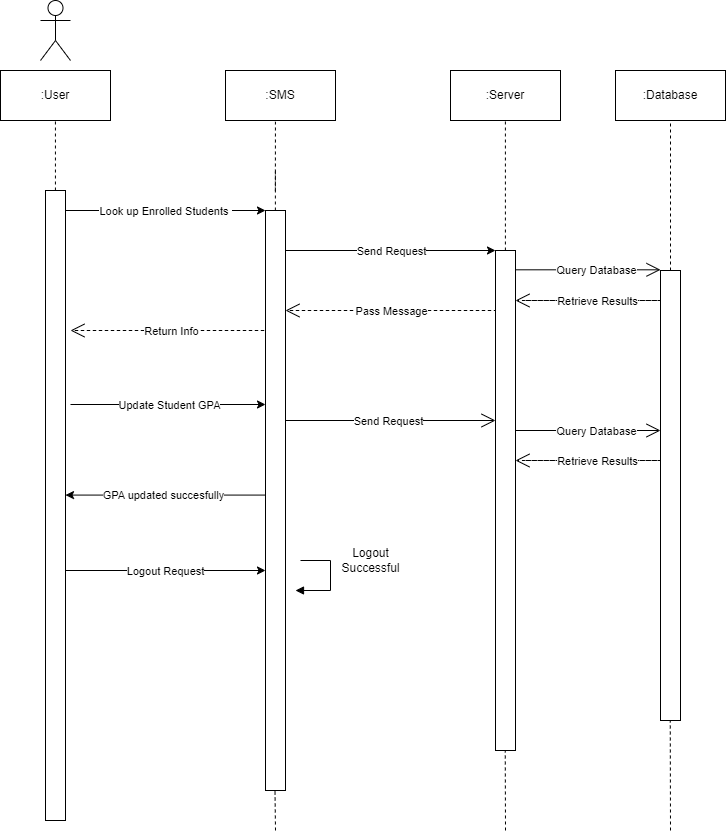
This is Diagrams/Sequence/Sequence_Enroll_GPA_Update2.drawio.png from WCSU-CS350-F24-Group-1/project-info, a draw.io export, as it was before one commit. Source tidied: cells renumbered, new cells last; positions are measured from the earlier drawing's top-left corner, leaving out a move shared by most shapes.
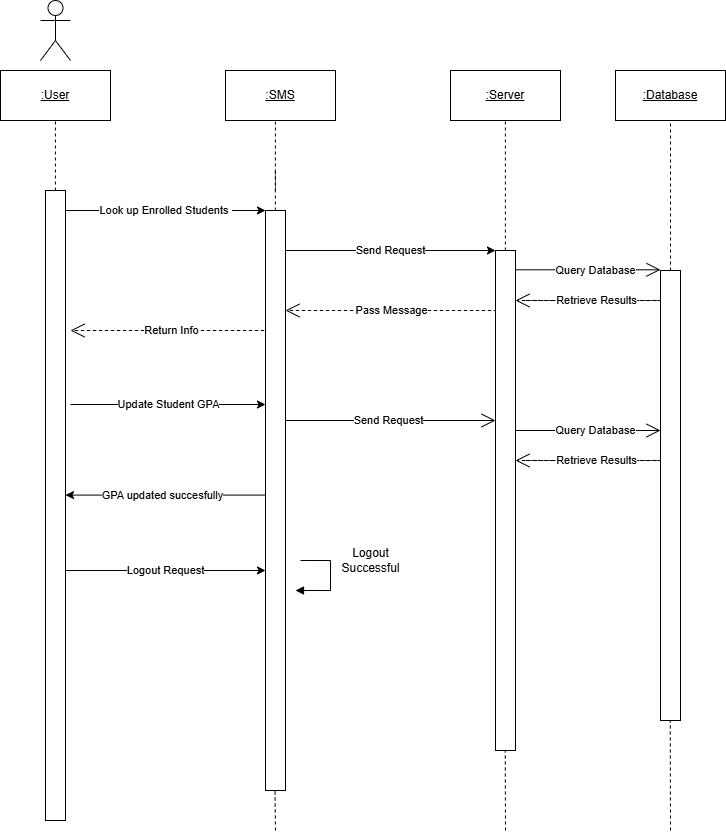
Above is the later version.

Commit message:
Enroll Sequence Diagram Underline Issue Fixed

Diff of the diagram source:
```diff
@@ -5,7 +5,7 @@
     <mxCell id="2" style="html=1;points=[[0,0,0,0,5],[0,1,0,0,-5],[1,0,0,0,5],[1,1,0,0,-5]];perimeter=orthogonalPerimeter;outlineConnect=0;targetShapes=umlLifeline;portConstraint=eastwest;newEdgeStyle={&quot;curved&quot;:0,&quot;rounded&quot;:0};" parent="1" vertex="1">
       <mxGeometry x="45" y="190" width="20" height="630" as="geometry" />
     </mxCell>
-    <mxCell id="3" value=":User" style="html=1;whiteSpace=wrap;" parent="1" vertex="1">
+    <mxCell id="3" value="&lt;u&gt;:User&lt;/u&gt;" style="html=1;whiteSpace=wrap;" parent="1" vertex="1">
       <mxGeometry y="70" width="110" height="50" as="geometry" />
     </mxCell>
     <mxCell id="4" style="endArrow=none;dashed=1;html=1;rounded=0;entryX=0.5;entryY=1;entryDx=0;entryDy=0;" parent="1" edge="1" source="2">
@@ -13,7 +13,7 @@
         <mxPoint x="54.9" y="120" as="targetPoint" />
       </mxGeometry>
     </mxCell>
-    <mxCell id="5" value=":SMS" style="html=1;whiteSpace=wrap;" parent="1" vertex="1">
+    <mxCell id="5" value="&lt;u&gt;:SMS&lt;/u&gt;" style="html=1;whiteSpace=wrap;" parent="1" vertex="1">
       <mxGeometry x="225" y="70" width="110" height="50" as="geometry" />
     </mxCell>
     <mxCell id="6" style="endArrow=none;dashed=1;html=1;rounded=0;entryX=0.454;entryY=1.025;entryDx=0;entryDy=0;entryPerimeter=0;" parent="1" edge="1" target="5">
@@ -136,10 +136,10 @@
         <mxPoint x="28" as="offset" />
       </mxGeometry>
     </mxCell>
-    <mxCell id="30" value=":Server" style="html=1;whiteSpace=wrap;" parent="1" vertex="1">
+    <mxCell id="30" value="&lt;u&gt;:Server&lt;/u&gt;" style="html=1;whiteSpace=wrap;" parent="1" vertex="1">
       <mxGeometry x="450" y="70" width="110" height="50" as="geometry" />
     </mxCell>
-    <mxCell id="31" value=":Database" style="html=1;whiteSpace=wrap;" parent="1" vertex="1">
+    <mxCell id="31" value="&lt;u&gt;:Database&lt;/u&gt;" style="html=1;whiteSpace=wrap;" parent="1" vertex="1">
       <mxGeometry x="615" y="70" width="110" height="50" as="geometry" />
     </mxCell>
     <mxCell id="32" style="endArrow=open;endFill=1;endSize=12;html=1;rounded=0;" parent="1" edge="1">
```
